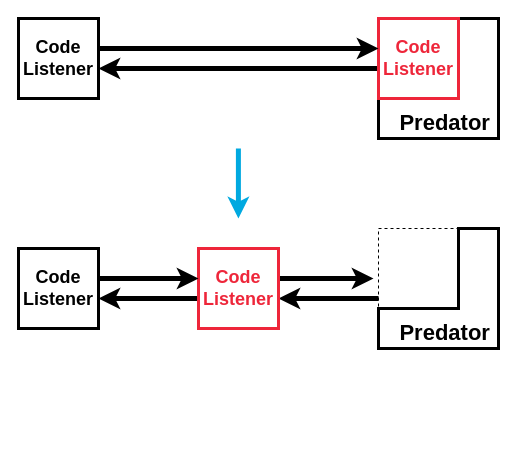
Before: objectives.drawio in pseja/gcc-plugin-for-static-analyzer-support, a draw.io diagram. Source tidied: cells renumbered, new cells numbered last; positions are measured from the earlier drawing's top-left corner, leaving out a move shared by most shapes. Both pictures are drawn from the tidied source at 100%, with x=0, y=0 at pixel (18, 18).
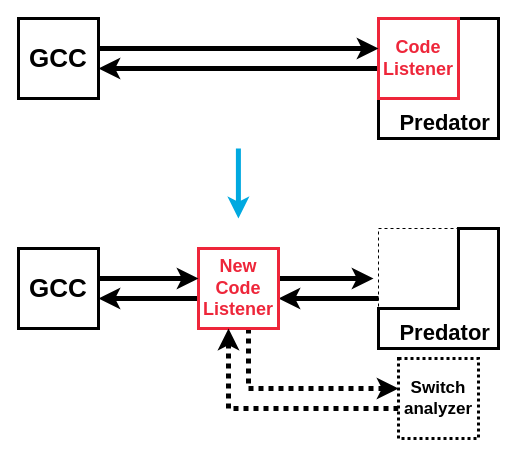
After the change.

What changed in the source:
```diff
@@
+    <mxCell id="17" style="edgeStyle=orthogonalEdgeStyle;shape=connector;rounded=0;jettySize=auto;html=1;strokeColor=default;strokeWidth=5;align=center;verticalAlign=middle;fontFamily=Helvetica;fontSize=11;fontColor=default;labelBackgroundColor=default;endArrow=classic;dashed=1;dashPattern=1 1;" parent="1" edge="1" source="9" target="19">
+      <mxGeometry relative="1" as="geometry">
+        <Array as="points">
+          <mxPoint x="230" y="370" />
+        </Array>
+      </mxGeometry>
+    </mxCell>
-    <mxCell id="9" value="Code Listener" style="rounded=0;whiteSpace=wrap;html=1;strokeWidth=3;fontStyle=1;fontColor=#EE263A;strokeColor=#EE263A;fontSize=18;" parent="1" vertex="1">
+    <mxCell id="9" value="&lt;div&gt;New&lt;/div&gt;&lt;div&gt;Code Listener&lt;/div&gt;" style="rounded=0;whiteSpace=wrap;html=1;strokeWidth=3;fontStyle=1;fontColor=#EE263A;strokeColor=#EE263A;fontSize=18;" parent="1" vertex="1">
       <mxGeometry x="180" y="230" width="80" height="80" as="geometry" />
     </mxCell>
@@
-    <mxCell id="14" value="Code Listener" style="rounded=0;whiteSpace=wrap;html=1;strokeWidth=3;fontStyle=1;fontColor=default;strokeColor=default;fontSize=18;" parent="1" vertex="1">
+    <mxCell id="14" value="GCC" style="rounded=0;whiteSpace=wrap;html=1;strokeWidth=3;fontStyle=1;fontColor=default;strokeColor=default;fontSize=26;verticalAlign=middle;align=center;" parent="1" vertex="1">
       <mxGeometry y="230" width="80" height="80" as="geometry" />
     </mxCell>
@@
-    <mxCell id="16" value="Code Listener" style="rounded=0;whiteSpace=wrap;html=1;strokeWidth=3;fontStyle=1;fontColor=default;strokeColor=default;fontSize=18;" parent="1" vertex="1">
+    <mxCell id="16" value="GCC" style="rounded=0;whiteSpace=wrap;html=1;strokeWidth=3;fontStyle=1;fontColor=default;strokeColor=default;fontSize=26;verticalAlign=middle;align=center;" parent="1" vertex="1">
       <mxGeometry width="80" height="80" as="geometry" />
     </mxCell>
+    <mxCell id="18" style="edgeStyle=orthogonalEdgeStyle;shape=connector;rounded=0;jettySize=auto;html=1;strokeColor=default;strokeWidth=5;align=center;verticalAlign=middle;fontFamily=Helvetica;fontSize=11;fontColor=default;labelBackgroundColor=default;endArrow=classic;dashed=1;dashPattern=1 1;" parent="1" edge="1" source="19" target="9">
+      <mxGeometry relative="1" as="geometry">
+        <Array as="points">
+          <mxPoint x="210" y="390" />
+        </Array>
+      </mxGeometry>
+    </mxCell>
+    <mxCell id="19" value="&lt;div&gt;Switch&lt;/div&gt;&lt;div&gt;analyzer&lt;/div&gt;" style="rounded=0;whiteSpace=wrap;html=1;strokeWidth=3;fontStyle=1;fontColor=default;strokeColor=default;fontSize=17;dashed=1;dashPattern=1 1;" parent="1" vertex="1">
+      <mxGeometry x="380" y="340" width="80" height="80" as="geometry" />
+    </mxCell>
```
